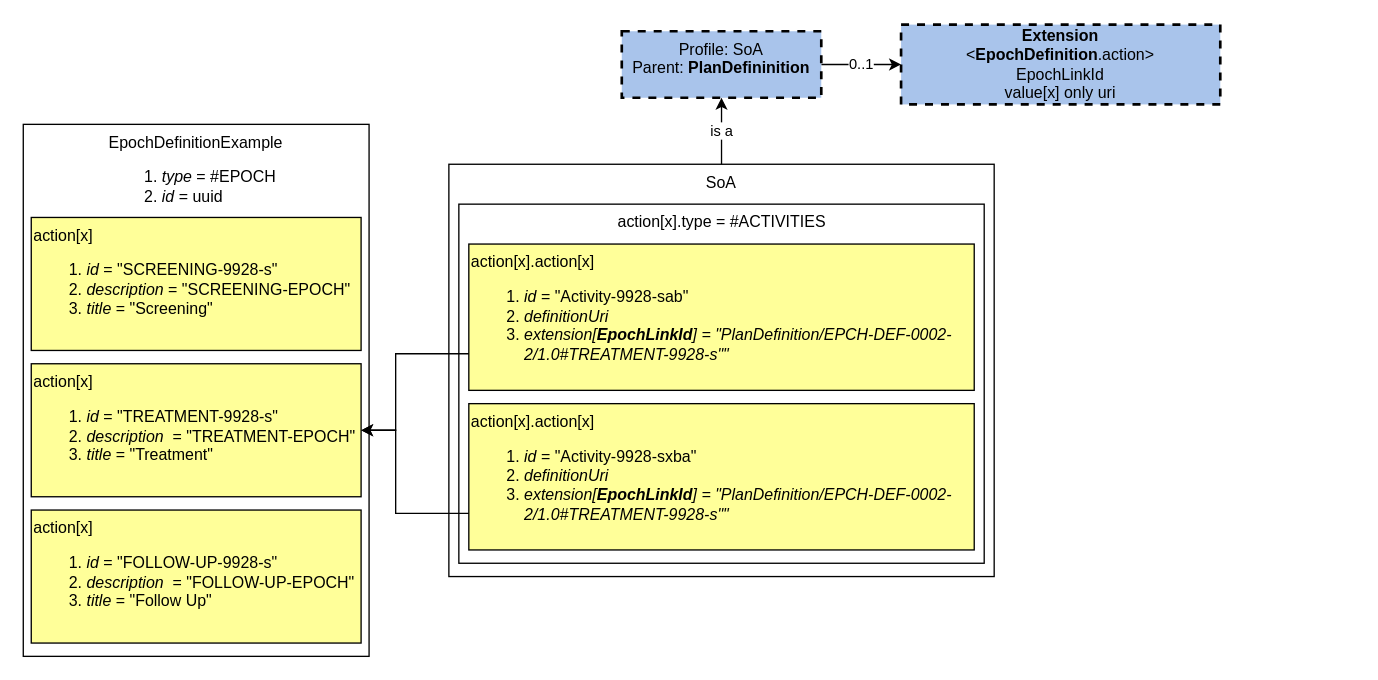
Earlier version of the draw.io diagram page "SoA-Action.Extesion-EpochId" (3 of 3) of input/models/EPOCH-DRAWIO.drawio (alpivonka/FHIR-ClinicalTrial-Examples). Source tidied: cells renumbered, new cells numbered last; positions are measured from the earlier drawing's top-left corner, leaving out a move shared by most shapes. Both pictures are drawn from the tidied source at 133%, with x=0, y=0 at pixel (23, 24).
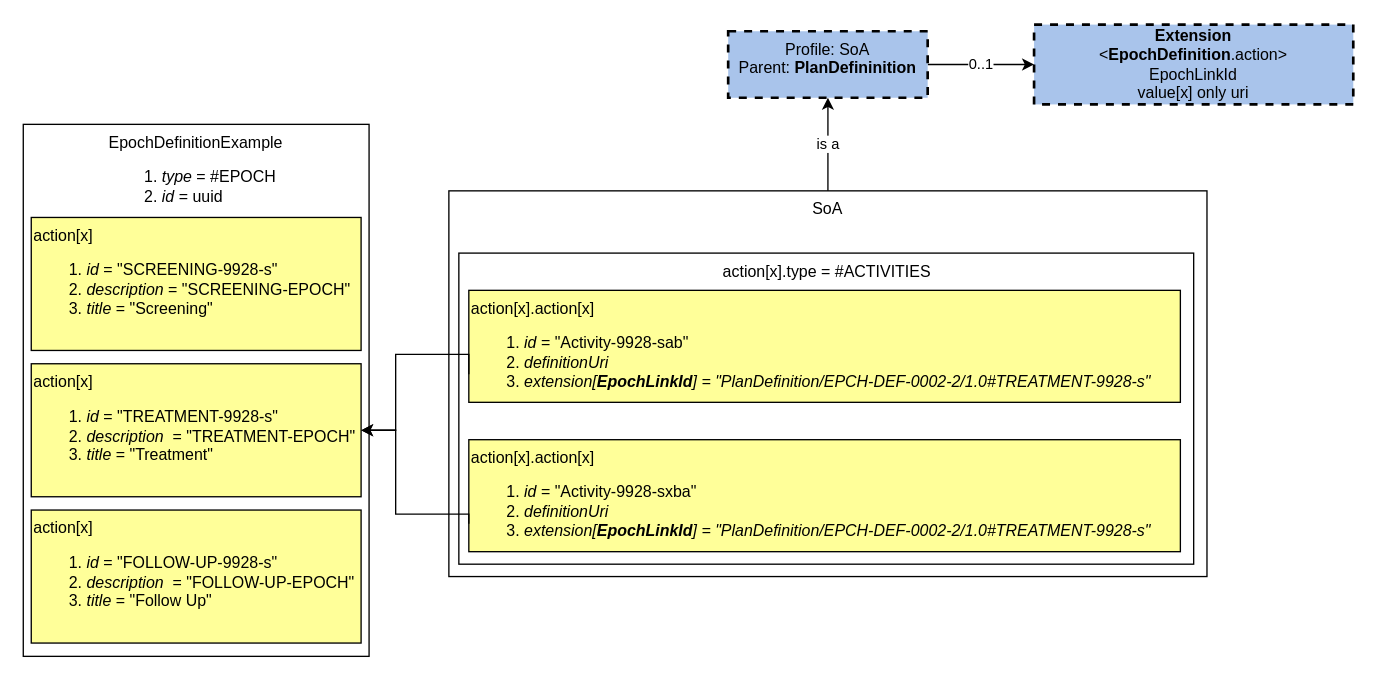
Above is the later version.

Change to the diagram source:
```diff
@@
     <mxCell id="3" value="&lt;b&gt;Extension&lt;br&gt;&lt;/b&gt;&amp;lt;&lt;b&gt;EpochDefinition&lt;/b&gt;.action&amp;gt;&lt;br&gt;EpochLinkId&lt;br&gt;value[x] only uri" style="rounded=0;whiteSpace=wrap;html=1;fillColor=#A9C4EB;strokeWidth=2;dashed=1;" parent="1" vertex="1">
-      <mxGeometry x="660" width="240" height="60" as="geometry" />
+      <mxGeometry x="760" width="240" height="60" as="geometry" />
     </mxCell>
@@
     <mxCell id="5" value="Profile: SoA&lt;br&gt;Parent:&amp;nbsp;&lt;b&gt;PlanDefininition&lt;/b&gt;" style="rounded=0;whiteSpace=wrap;html=1;fillColor=#A9C4EB;verticalAlign=top;strokeWidth=2;dashed=1;" parent="1" vertex="1">
-      <mxGeometry x="450" y="5" width="150" height="50" as="geometry" />
+      <mxGeometry x="530" y="5" width="150" height="50" as="geometry" />
     </mxCell>
     <mxCell id="6" style="group;" parent="1" vertex="1">
-      <mxGeometry x="320" y="105" width="410" height="310" as="geometry" />
+      <mxGeometry x="320" y="125" width="580" height="290" as="geometry" />
     </mxCell>
     <mxCell id="7" value="SoA&lt;br&gt;" style="rounded=0;whiteSpace=wrap;html=1;strokeWidth=1;fillColor=none;verticalAlign=top;" parent="6" vertex="1">
-      <mxGeometry width="410" height="310" as="geometry" />
+      <mxGeometry width="570" height="290" as="geometry" />
     </mxCell>
     <mxCell id="8" value="action[x].type = #ACTIVITIES" style="rounded=0;whiteSpace=wrap;html=1;strokeWidth=1;fillColor=none;verticalAlign=top;" parent="6" vertex="1">
-      <mxGeometry x="7.5" y="30" width="395" height="270" as="geometry" />
+      <mxGeometry x="7.5" y="46.8" width="552.5" height="233.9" as="geometry" />
     </mxCell>
-    <mxCell id="9" value="action[x].action[x]&lt;br&gt;&lt;ol&gt;&lt;li&gt;&lt;i&gt;id &lt;/i&gt;= &quot;Activity-9928-sab&quot;&lt;/li&gt;&lt;li&gt;&lt;i&gt;definitionUri&lt;br&gt;&lt;/i&gt;&lt;/li&gt;&lt;li&gt;&lt;i&gt;extension[&lt;b&gt;EpochLinkId&lt;/b&gt;] = &quot;PlanDefinition/EPCH-DEF-0002-2/1.0#TREATMENT-9928-s&quot;&quot;&amp;nbsp;&lt;/i&gt;&lt;/li&gt;&lt;/ol&gt;" style="rounded=0;whiteSpace=wrap;html=1;verticalAlign=top;align=left;fillColor=#FFFF99;" parent="6" vertex="1">
-      <mxGeometry x="15" y="60" width="380" height="110" as="geometry" />
+    <mxCell id="9" value="action[x].action[x]&lt;br&gt;&lt;ol&gt;&lt;li&gt;&lt;i&gt;id &lt;/i&gt;= &quot;Activity-9928-sab&quot;&lt;/li&gt;&lt;li&gt;&lt;i&gt;definitionUri&lt;br&gt;&lt;/i&gt;&lt;/li&gt;&lt;li&gt;&lt;i&gt;extension[&lt;b&gt;EpochLinkId&lt;/b&gt;] = &quot;PlanDefinition/EPCH-DEF-0002-2/1.0#TREATMENT-9928-s&quot;&amp;nbsp;&lt;/i&gt;&lt;/li&gt;&lt;/ol&gt;" style="rounded=0;whiteSpace=wrap;html=1;verticalAlign=top;align=left;fillColor=#FFFF99;" parent="6" vertex="1">
+      <mxGeometry x="15" y="74.8" width="535" height="84.2" as="geometry" />
     </mxCell>
-    <mxCell id="10" value="action[x].action[x]&lt;br&gt;&lt;ol&gt;&lt;li&gt;&lt;i&gt;id &lt;/i&gt;= &quot;Activity-9928-sxba&quot;&lt;/li&gt;&lt;li&gt;&lt;i&gt;definitionUri&lt;br&gt;&lt;/i&gt;&lt;/li&gt;&lt;li&gt;&lt;i&gt;extension[&lt;b&gt;EpochLinkId&lt;/b&gt;] = &quot;PlanDefinition/EPCH-DEF-0002-2/1.0#TREATMENT-9928-s&quot;&quot;&amp;nbsp;&lt;/i&gt;&lt;/li&gt;&lt;/ol&gt;" style="rounded=0;whiteSpace=wrap;html=1;verticalAlign=top;align=left;fillColor=#FFFF99;" parent="6" vertex="1">
-      <mxGeometry x="15" y="180" width="380" height="110" as="geometry" />
+    <mxCell id="10" value="action[x].action[x]&lt;br&gt;&lt;ol&gt;&lt;li&gt;&lt;i&gt;id &lt;/i&gt;= &quot;Activity-9928-sxba&quot;&lt;/li&gt;&lt;li&gt;&lt;i&gt;definitionUri&lt;br&gt;&lt;/i&gt;&lt;/li&gt;&lt;li&gt;&lt;i&gt;extension[&lt;b&gt;EpochLinkId&lt;/b&gt;] = &quot;PlanDefinition/EPCH-DEF-0002-2/1.0#TREATMENT-9928-s&quot;&amp;nbsp;&lt;/i&gt;&lt;/li&gt;&lt;/ol&gt;" style="rounded=0;whiteSpace=wrap;html=1;verticalAlign=top;align=left;fillColor=#FFFF99;" parent="6" vertex="1">
+      <mxGeometry x="15" y="187.1" width="535" height="84.2" as="geometry" />
     </mxCell>
```
